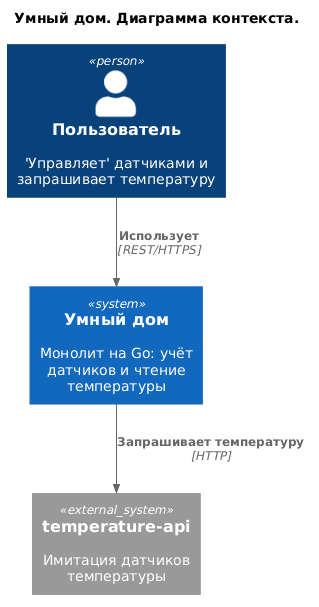
Earlier version of the PlantUML export docs/context.png (navartis/s1-architecture-pro-warmhouse). Its diagram source:
```plantuml
@startuml
!include https://raw.githubusercontent.com/plantuml-stdlib/C4-PlantUML/v2.14.0/C4_Context.puml

title Умный дом. Диаграмма контекста.

Person(user, "Пользователь", "'Управляет' датчиками и запрашивает температуру")
System(smarthome, "Умный дом", "Монолит на Go: учёт датчиков и чтение температуры")
System_Ext(temperature_api, "temperature-api", "Имитация датчиков температуры")
Rel(user, smarthome, "Использует", "REST/HTTPS")
Rel(smarthome, temperature_api, "Запрашивает температуру", "HTTP")

@enduml
```
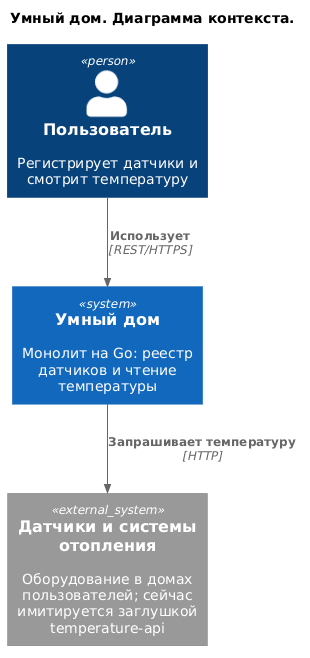
Later version of the same file.

Commit message:
Improve context diagram

The edit, as a diff of the source:
```diff
@@ -3,10 +3,11 @@
 
 title Умный дом. Диаграмма контекста.
 
-Person(user, "Пользователь", "'Управляет' датчиками и запрашивает температуру")
-System(smarthome, "Умный дом", "Монолит на Go: учёт датчиков и чтение температуры")
-System_Ext(temperature_api, "temperature-api", "Имитация датчиков температуры")
+Person(user, "Пользователь", "Регистрирует датчики и смотрит температуру")
+System(smarthome, "Умный дом", "Монолит на Go: реестр датчиков и чтение температуры")
+System_Ext(devices, "Датчики и системы отопления", "Оборудование в домах пользователей; сейчас имитируется заглушкой temperature-api")
+
 Rel(user, smarthome, "Использует", "REST/HTTPS")
-Rel(smarthome, temperature_api, "Запрашивает температуру", "HTTP")
+Rel(smarthome, devices, "Запрашивает температуру", "HTTP")
 
 @enduml
```
